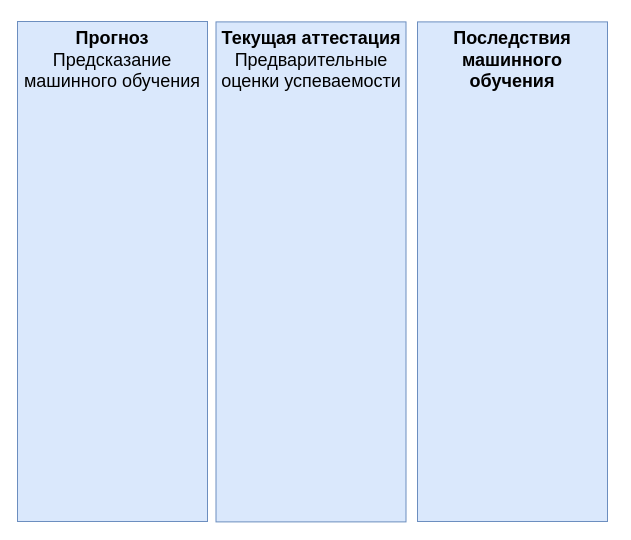
Above: Этап Прогнозирования Технико-экономическое обоснование.drawio in RuslanKudarov/diagrams (draw.io), before the change. Source tidied: cells renumbered, new cells numbered last; positions are measured from the earlier drawing's top-left corner, leaving out a move shared by most shapes. Both pictures are drawn from the tidied source at 100%, with x=0, y=0 at pixel (17, 21).
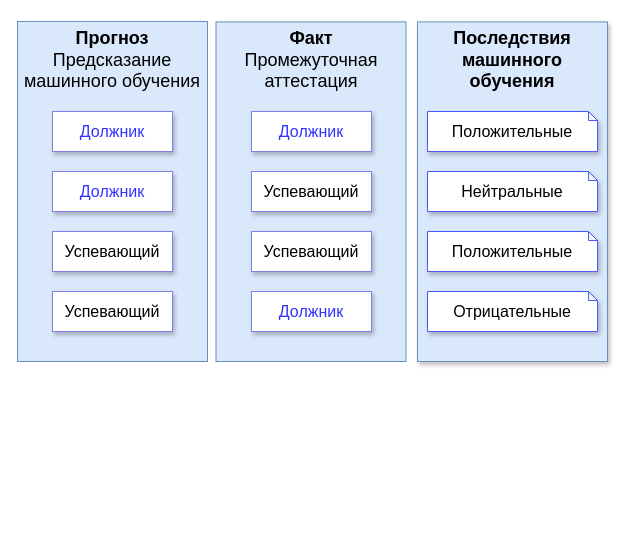
The same page after the edit.

Diff of the diagram source:
```diff
@@
 <mxGraphModel>
   <root>
     <mxCell id="0" />
     <mxCell id="1" parent="0" />
-    <mxCell id="2" value="&lt;font style=&quot;font-size: 18px;&quot; face=&quot;Calibri&quot;&gt;&lt;span style=&quot;&quot;&gt;&lt;b&gt;Текущая аттестация&lt;/b&gt;&lt;br&gt;Предварительные оценки успеваемости&lt;br&gt;&lt;/span&gt;&lt;/font&gt;" style="whiteSpace=wrap;html=1;fillColor=#dae8fc;fontSize=14;strokeColor=#6c8ebf;verticalAlign=top;" parent="1" vertex="1">
-      <mxGeometry x="198.5" y="0.4" width="190" height="500" as="geometry" />
+    <mxCell id="2" value="&lt;font style=&quot;font-size: 18px;&quot; face=&quot;Calibri&quot;&gt;&lt;span style=&quot;&quot;&gt;&lt;b&gt;Факт&lt;/b&gt;&lt;br&gt;Промежуточная аттестация&lt;br&gt;&lt;/span&gt;&lt;/font&gt;" style="whiteSpace=wrap;html=1;fillColor=#dae8fc;fontSize=14;strokeColor=#6c8ebf;verticalAlign=top;" parent="1" vertex="1">
+      <mxGeometry x="198.5" y="0.4" width="190" height="339.6" as="geometry" />
     </mxCell>
     <mxCell id="3" value="&lt;font style=&quot;font-size: 18px;&quot; face=&quot;Calibri&quot;&gt;&lt;b&gt;Прогноз&lt;/b&gt;&lt;br&gt;Предсказание&lt;br&gt;машинного обучения&lt;br&gt;&lt;/font&gt;" style="whiteSpace=wrap;html=1;fillColor=#dae8fc;fontSize=14;strokeColor=#6c8ebf;verticalAlign=top;" parent="1" vertex="1">
-      <mxGeometry width="190" height="500" as="geometry" />
+      <mxGeometry width="190" height="340" as="geometry" />
     </mxCell>
-    <mxCell id="4" value="&lt;font style=&quot;font-size: 18px;&quot; face=&quot;Calibri&quot;&gt;&lt;span style=&quot;&quot;&gt;&lt;b&gt;Последствия машинного обучения&lt;/b&gt;&lt;br&gt;&lt;/span&gt;&lt;/font&gt;" style="whiteSpace=wrap;html=1;fillColor=#dae8fc;fontSize=14;strokeColor=#6c8ebf;verticalAlign=top;" parent="1" vertex="1">
-      <mxGeometry x="400" y="0.4" width="190" height="499.6" as="geometry" />
+    <mxCell id="4" value="&lt;font style=&quot;font-size: 18px;&quot; face=&quot;Calibri&quot;&gt;&lt;span style=&quot;&quot;&gt;&lt;b&gt;Последствия машинного&lt;br&gt;обучения&lt;/b&gt;&lt;br&gt;&lt;/span&gt;&lt;/font&gt;" style="whiteSpace=wrap;html=1;fillColor=#dae8fc;fontSize=14;strokeColor=#6c8ebf;verticalAlign=top;shadow=1;" parent="1" vertex="1">
+      <mxGeometry x="400" y="0.4" width="190" height="339.6" as="geometry" />
     </mxCell>
+    <mxCell id="5" value="&lt;font style=&quot;font-size: 16px;&quot; face=&quot;Calibri&quot;&gt;Должник&lt;/font&gt;" style="rounded=0;whiteSpace=wrap;html=1;strokeColor=#807ee7;shadow=1;fontColor=#3333FF;" parent="1" vertex="1">
+      <mxGeometry x="35" y="90" width="120" height="40" as="geometry" />
+    </mxCell>
+    <mxCell id="6" value="&lt;font style=&quot;font-size: 16px;&quot; face=&quot;Calibri&quot;&gt;Должник&lt;/font&gt;" style="rounded=0;whiteSpace=wrap;html=1;strokeColor=#807ee7;shadow=1;fontColor=#3333FF;" parent="1" vertex="1">
+      <mxGeometry x="234" y="90" width="120" height="40" as="geometry" />
+    </mxCell>
+    <mxCell id="7" value="&lt;font style=&quot;font-size: 16px;&quot; face=&quot;Calibri&quot;&gt;Должник&lt;/font&gt;" style="rounded=0;whiteSpace=wrap;html=1;strokeColor=#807ee7;glass=0;shadow=1;fontColor=#3333FF;" parent="1" vertex="1">
+      <mxGeometry x="35" y="150" width="120" height="40" as="geometry" />
+    </mxCell>
+    <mxCell id="8" value="&lt;font style=&quot;font-size: 16px;&quot; face=&quot;Calibri&quot;&gt;Успевающий&lt;/font&gt;" style="rounded=0;whiteSpace=wrap;html=1;strokeColor=#807ee7;shadow=1;" parent="1" vertex="1">
+      <mxGeometry x="234" y="150" width="120" height="40" as="geometry" />
+    </mxCell>
+    <mxCell id="9" value="&lt;font style=&quot;font-size: 16px;&quot; face=&quot;Calibri&quot;&gt;Успевающий&lt;/font&gt;" style="rounded=0;whiteSpace=wrap;html=1;strokeColor=#807ee7;shadow=1;" parent="1" vertex="1">
+      <mxGeometry x="35" y="210" width="120" height="40" as="geometry" />
+    </mxCell>
+    <mxCell id="10" value="&lt;font style=&quot;font-size: 16px;&quot; face=&quot;Calibri&quot;&gt;Успевающий&lt;/font&gt;" style="rounded=0;whiteSpace=wrap;html=1;strokeColor=#807ee7;shadow=1;" parent="1" vertex="1">
+      <mxGeometry x="234" y="210" width="120" height="40" as="geometry" />
+    </mxCell>
+    <mxCell id="11" value="&lt;font style=&quot;font-size: 16px;&quot; face=&quot;Calibri&quot;&gt;Успевающий&lt;/font&gt;" style="rounded=0;whiteSpace=wrap;html=1;strokeColor=#807ee7;shadow=1;" parent="1" vertex="1">
+      <mxGeometry x="35" y="270" width="120" height="40" as="geometry" />
+    </mxCell>
+    <mxCell id="12" value="&lt;font style=&quot;font-size: 16px;&quot; face=&quot;Calibri&quot;&gt;Должник&lt;/font&gt;" style="rounded=0;whiteSpace=wrap;html=1;strokeColor=#807ee7;shadow=1;fontColor=#3333FF;" parent="1" vertex="1">
+      <mxGeometry x="234" y="270" width="120" height="40" as="geometry" />
+    </mxCell>
+    <mxCell id="13" value="&lt;span style=&quot;color: rgb(0, 0, 0); font-family: Calibri; font-size: 16px;&quot;&gt;Положительные&lt;/span&gt;" style="shape=note;whiteSpace=wrap;html=1;backgroundOutline=1;darkOpacity=0.05;strokeColor=#475AFF;shadow=1;size=9;fontColor=#4D5EFF;" parent="1" vertex="1">
+      <mxGeometry x="410" y="90" width="170" height="40" as="geometry" />
+    </mxCell>
+    <mxCell id="14" value="&lt;font style=&quot;font-size: 16px;&quot; face=&quot;Calibri&quot;&gt;Положительные&lt;br&gt;&lt;/font&gt;" style="shape=note;whiteSpace=wrap;html=1;backgroundOutline=1;darkOpacity=0.05;strokeColor=#475AFF;shadow=1;size=9;" parent="1" vertex="1">
+      <mxGeometry x="410" y="210" width="170" height="40" as="geometry" />
+    </mxCell>
+    <mxCell id="15" value="&lt;font face=&quot;Calibri&quot;&gt;&lt;span style=&quot;font-size: 16px;&quot;&gt;Нейтральные&lt;br&gt;&lt;/span&gt;&lt;/font&gt;" style="shape=note;whiteSpace=wrap;html=1;backgroundOutline=1;darkOpacity=0.05;strokeColor=#475AFF;shadow=1;size=9;gradientColor=none;" parent="1" vertex="1">
+      <mxGeometry x="410" y="150" width="170" height="40" as="geometry" />
+    </mxCell>
+    <mxCell id="16" value="&lt;font style=&quot;font-size: 16px;&quot; face=&quot;Calibri&quot;&gt;Отрицательные&lt;br&gt;&lt;/font&gt;" style="shape=note;whiteSpace=wrap;html=1;backgroundOutline=1;darkOpacity=0.05;strokeColor=#475AFF;shadow=1;size=9;" parent="1" vertex="1">
+      <mxGeometry x="410" y="270" width="170" height="40" as="geometry" />
+    </mxCell>
   </root>
 </mxGraphModel>
```
